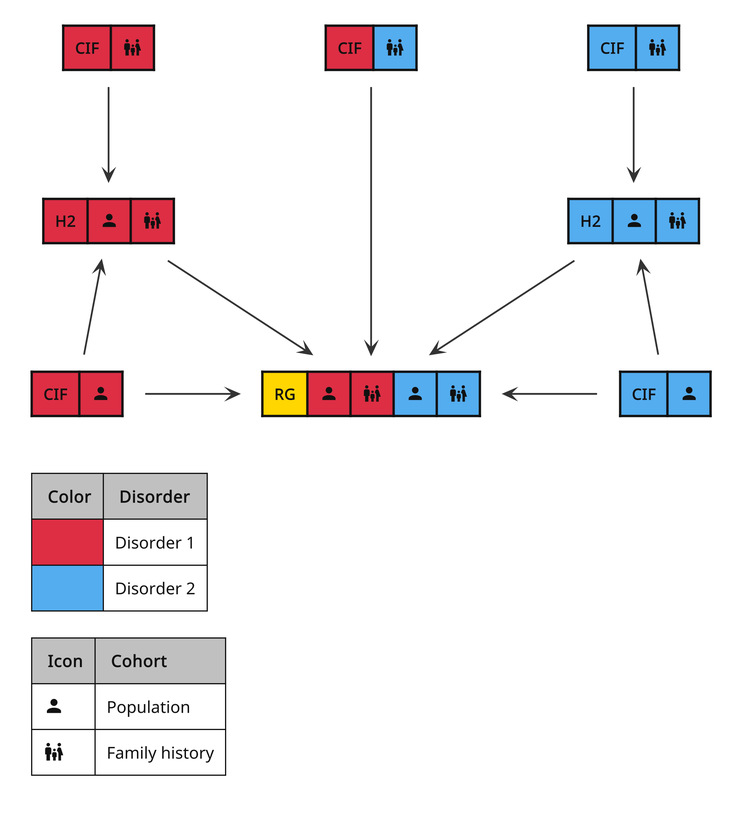
Above: guides/diagrams/pipeline-dag.png in BioPsyk/epimight (PlantUML), before the change.
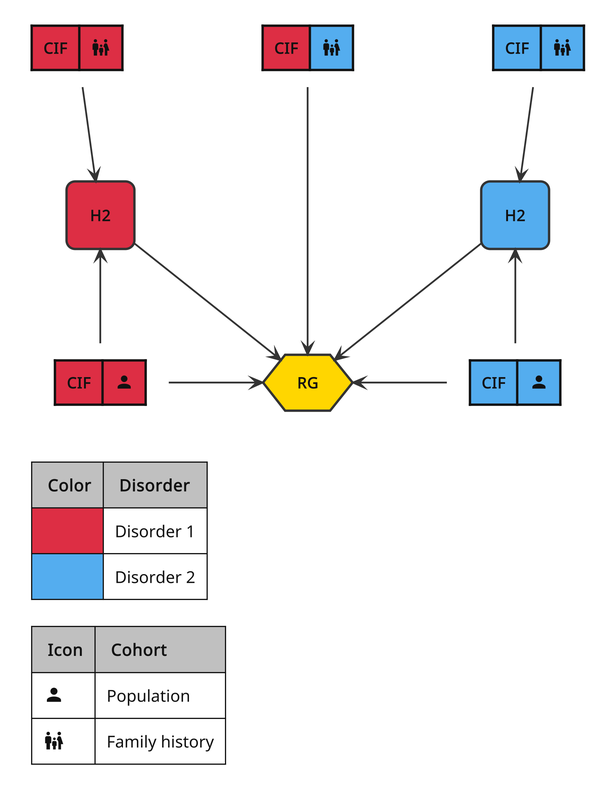
Above is the later version.

Commit message:
Adds simpler nodes for h2 and rg

The edit, as a diff of the source:
```diff
@@ -26,11 +26,10 @@
 card "|<#54adef>**CIF**|<#54adef><$mdiAccount{scale=0.35}>|" as cif_d2_pop
 card "|<#54adef>**CIF**|<#54adef><$mdiHumanMaleFemaleChild{scale=0.35}>|" as cif_d2_fh2
 
-card "<#dd2e44>|**H2**|<$mdiAccount{scale=0.35}>|<$mdiHumanMaleFemaleChild{scale=0.35}>|" as h2_d1
-card "<#54adef>|**H2**|<$mdiAccount{scale=0.35}>|<$mdiHumanMaleFemaleChild{scale=0.35}>|" as h2_d2
 
-card "|<#ffd600>**RG**|<#dd2e44><$mdiAccount{scale=0.35}>|<#dd2e44><$mdiHumanMaleFemaleChild{scale=0.35}>|<#54adef><$mdiAccount{scale=0.35}>|<#54adef><$mdiHumanMaleFemaleChild{scale=0.35}>|" as rg
-
+rectangle "**H2**" as h2_d1 #dd2e44
+rectangle "**H2**" as h2_d2 #54adef
+hexagon "**RG**" as rg #ffd600
 
 cif_d2_pop -UP-> h2_d2
 cif_d2_fh2 --> h2_d2
```
